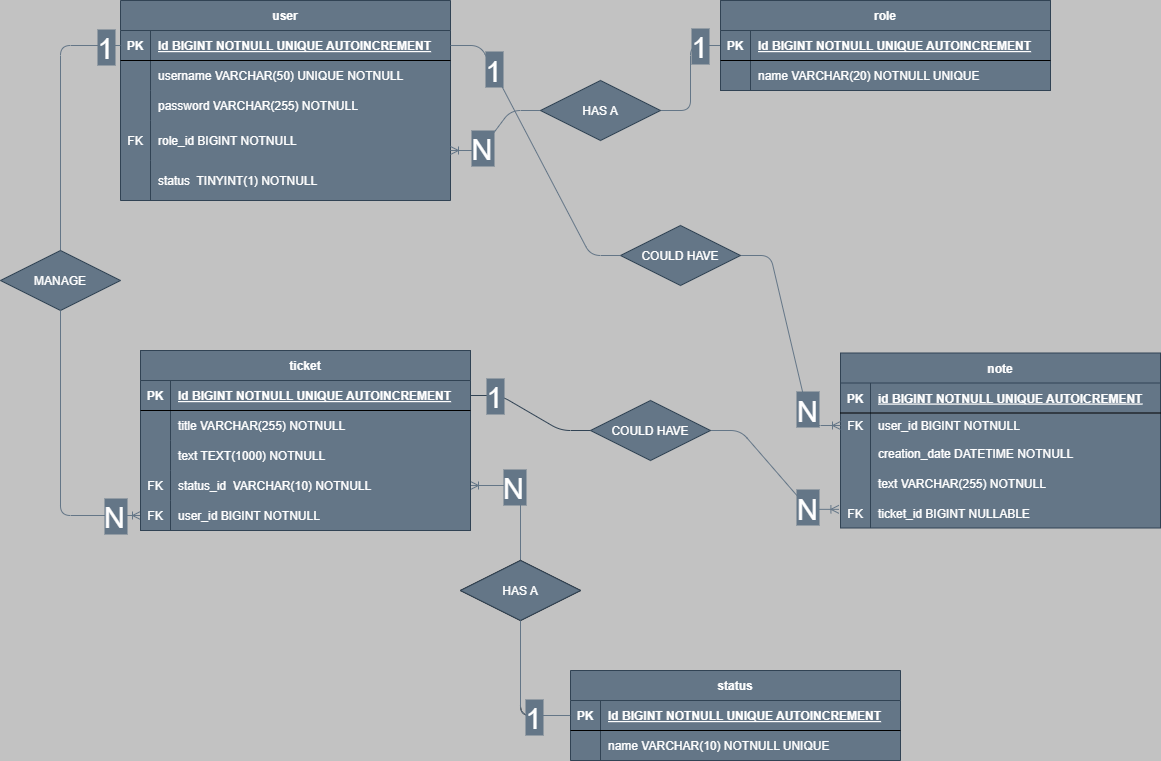
Above: E-R_scheme.png in vincenzo-adami/ticket-platform (draw.io), before the change. Source tidied: cells renumbered, new cells last; positions are measured from the earlier drawing's top-left corner, leaving out a move shared by most shapes.
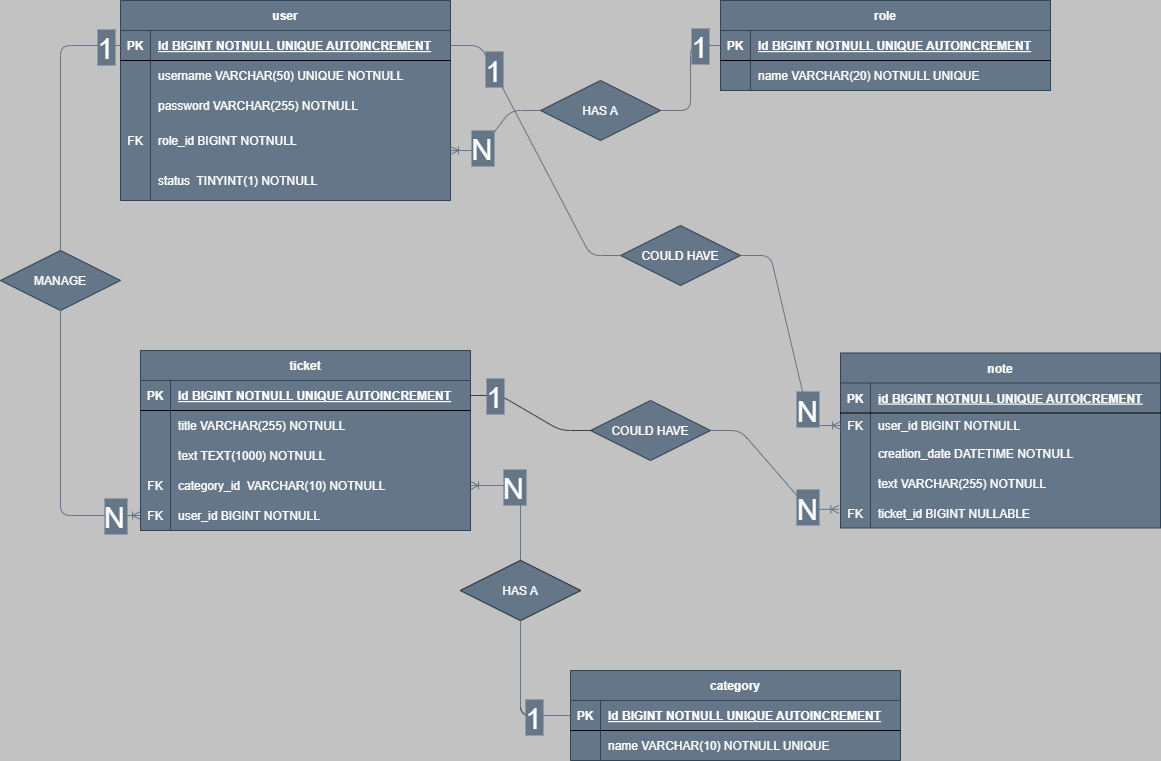
The same file after the commit.

Commit message:
EDIT: change Status in Category for legibility

Change to the diagram source:
```diff
@@ -203,7 +203,7 @@
     <mxCell id="68" value="1" style="edgeLabel;align=center;verticalAlign=middle;fontSize=29;labelBackgroundColor=#647687;fontColor=#FFFFFF;" parent="67" vertex="1">
       <mxGeometry x="-0.66" y="-1" relative="1" as="geometry" />
     </mxCell>
-    <mxCell id="69" value="status" style="shape=table;startSize=30;rowLines=0;fontStyle=1;align=center;labelBackgroundColor=none;fontColor=#ffffff;fillColor=#647687;strokeColor=#314354;swimlaneFillColor=#647687;" parent="1" vertex="1">
+    <mxCell id="69" value="category" style="shape=table;startSize=30;rowLines=0;fontStyle=1;align=center;labelBackgroundColor=none;fontColor=#ffffff;fillColor=#647687;strokeColor=#314354;swimlaneFillColor=#647687;" parent="1" vertex="1">
       <mxGeometry x="570" y="670" width="330" height="90" as="geometry" />
     </mxCell>
     <mxCell id="70" style="shape=tableRow;horizontal=0;startSize=0;swimlaneHead=0;swimlaneBody=0;fillColor=none;points=[[0,0.5],[1,0.5]];portConstraint=eastwest;top=0;left=0;right=0;bottom=1;labelBackgroundColor=none;fontColor=#FFFFFF;" parent="69" vertex="1">
@@ -305,7 +305,7 @@
     <mxCell id="102" value="FK" style="shape=partialRectangle;fillColor=none;top=0;left=0;bottom=0;right=0;overflow=hidden;labelBackgroundColor=none;fontColor=#FFFFFF;" parent="101" vertex="1">
       <mxGeometry width="30" height="30" as="geometry" />
     </mxCell>
-    <mxCell id="103" value="status_id  VARCHAR(10) NOTNULL" style="shape=partialRectangle;fillColor=none;top=0;left=0;bottom=0;right=0;align=left;spacingLeft=6;overflow=hidden;labelBackgroundColor=none;fontColor=#FFFFFF;" parent="101" vertex="1">
+    <mxCell id="103" value="category_id  VARCHAR(10) NOTNULL" style="shape=partialRectangle;fillColor=none;top=0;left=0;bottom=0;right=0;align=left;spacingLeft=6;overflow=hidden;labelBackgroundColor=none;fontColor=#FFFFFF;" parent="101" vertex="1">
       <mxGeometry x="30" width="300" height="30" as="geometry" />
     </mxCell>
     <mxCell id="104" style="shape=tableRow;horizontal=0;startSize=0;swimlaneHead=0;swimlaneBody=0;fillColor=none;top=0;left=0;right=0;bottom=0;labelBackgroundColor=none;fontColor=#FFFFFF;" parent="91" vertex="1">
```
